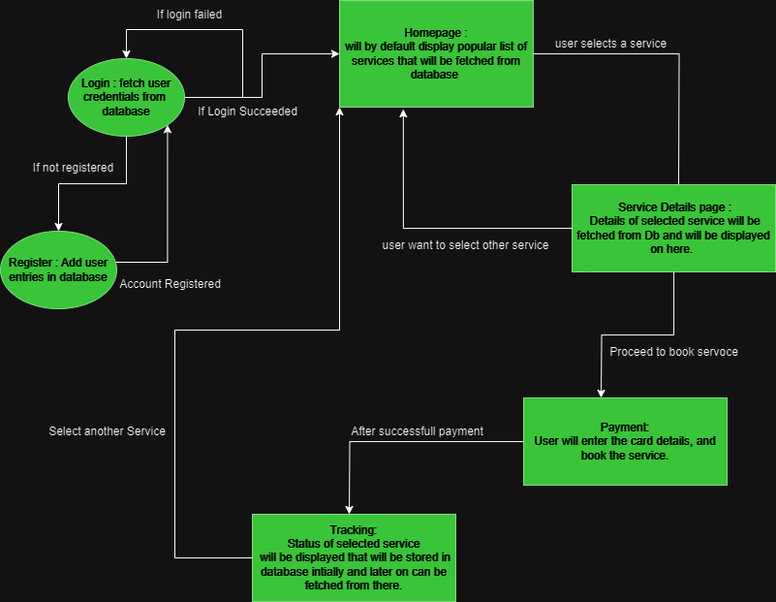
Before: Project car wash dfd.png, a diagram exported from draw.io (YogeshManni/Php-milestone). Source tidied: cells renumbered, new cells last; positions are measured from the earlier drawing's top-left corner, leaving out a move shared by most shapes.
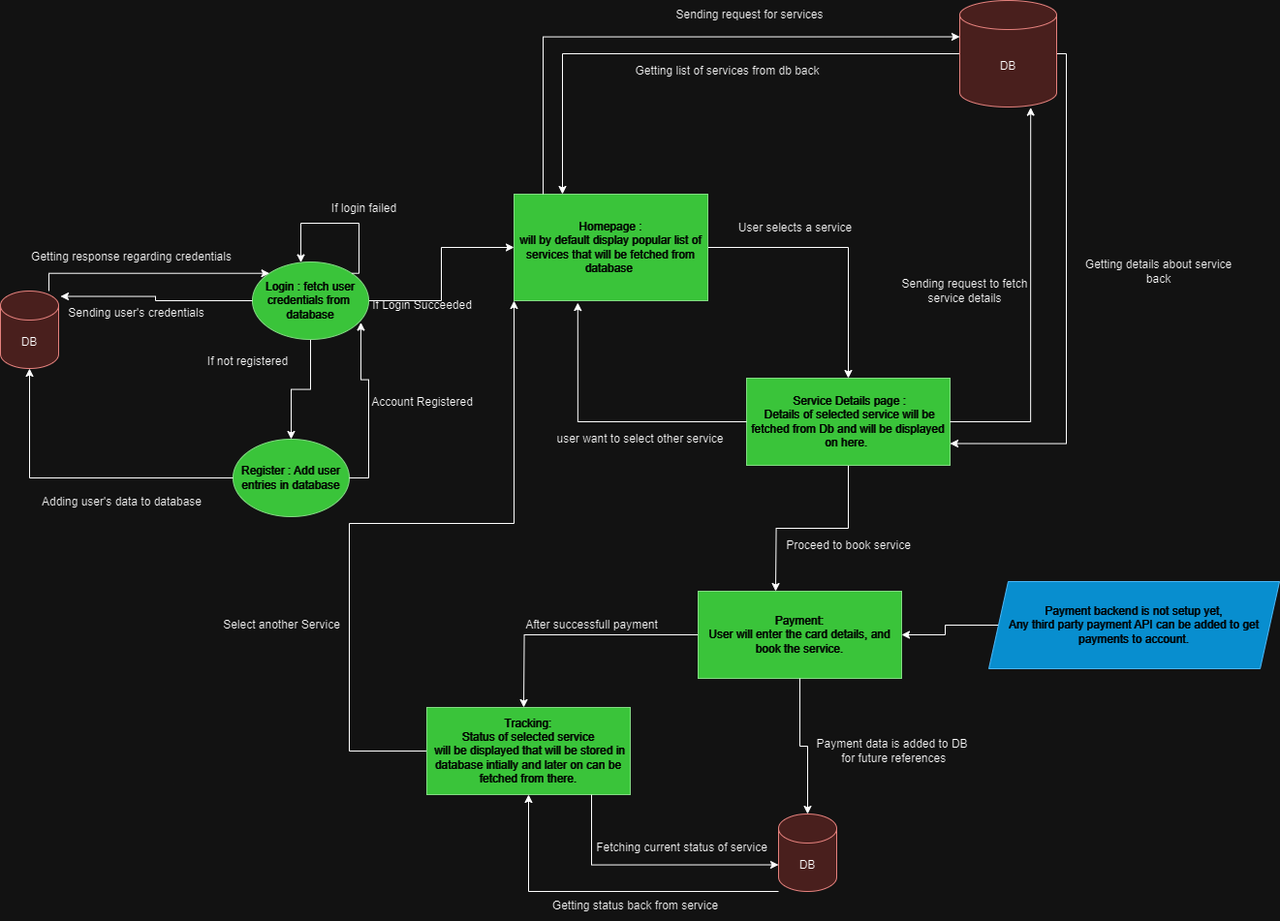
After the commit.

Commit message:
Updated Flowchart diagram for project

Diff of the diagram source:
```diff
@@ -9,36 +9,28 @@
       <mxGeometry relative="1" as="geometry" />
     </mxCell>
     <mxCell id="4" value="Login : fetch user credentials from&amp;nbsp;&lt;br&gt;database" style="ellipse;whiteSpace=wrap;html=1;fillColor=#008a00;strokeColor=#005700;fontColor=#ffffff;" parent="1" vertex="1">
-      <mxGeometry x="70" y="60" width="120" height="80" as="geometry" />
+      <mxGeometry x="80" y="70" width="120" height="80" as="geometry" />
     </mxCell>
-    <mxCell id="5" style="edgeStyle=orthogonalEdgeStyle;rounded=0;jettySize=auto;html=1;entryX=1;entryY=1;entryDx=0;entryDy=0;" parent="1" edge="1" source="6" target="4">
-      <mxGeometry relative="1" as="geometry">
-        <Array as="points">
-          <mxPoint x="172" y="270" />
-        </Array>
-      </mxGeometry>
-    </mxCell>
     <mxCell id="6" value="Register : Add user entries in database" style="ellipse;whiteSpace=wrap;html=1;fillColor=#008a00;strokeColor=#005700;fontColor=#ffffff;" parent="1" vertex="1">
-      <mxGeometry y="238" width="120" height="80" as="geometry" />
+      <mxGeometry x="60" y="253" width="120" height="80" as="geometry" />
     </mxCell>
     <mxCell id="7" value="If not registered" style="text;html=1;align=center;verticalAlign=middle;strokeColor=none;fillColor=none;" parent="1" vertex="1">
       <mxGeometry x="20" y="158" width="110" height="30" as="geometry" />
     </mxCell>
     <mxCell id="8" value="Account Registered" style="text;html=1;align=center;verticalAlign=middle;strokeColor=none;fillColor=none;" parent="1" vertex="1">
-      <mxGeometry x="110" y="278" width="130" height="30" as="geometry" />
+      <mxGeometry x="190" y="200" width="130" height="30" as="geometry" />
     </mxCell>
-    <mxCell id="9" style="edgeStyle=orthogonalEdgeStyle;rounded=0;jettySize=auto;html=1;" parent="1" edge="1" source="10">
-      <mxGeometry relative="1" as="geometry">
-        <mxPoint x="700" y="200" as="targetPoint" />
-      </mxGeometry>
-    </mxCell>
+    <mxCell id="26" style="edgeStyle=orthogonalEdgeStyle;rounded=0;jettySize=auto;html=1;" parent="1" edge="1" source="10" target="16">
+      <mxGeometry relative="1" as="geometry" />
+    </mxCell>
     <mxCell id="10" value="Homepage : &lt;br&gt;will by default display popular list of services that will be fetched from database&amp;nbsp;" style="whiteSpace=wrap;html=1;fillColor=#008a00;strokeColor=#005700;fontColor=#ffffff;" parent="1" vertex="1">
       <mxGeometry x="350" width="200" height="110" as="geometry" />
     </mxCell>
-    <mxCell id="11" style="edgeStyle=orthogonalEdgeStyle;rounded=0;jettySize=auto;html=1;" parent="1" edge="1" source="12" target="4">
+    <mxCell id="11" style="edgeStyle=orthogonalEdgeStyle;rounded=0;orthogonalLoop=1;jettySize=auto;html=1;exitX=1;exitY=0;exitDx=0;exitDy=0;" parent="1" edge="1" source="4" target="4">
       <mxGeometry relative="1" as="geometry">
         <Array as="points">
-          <mxPoint x="250" y="30" />
+          <mxPoint x="190" y="82" />
+          <mxPoint x="190" y="30" />
           <mxPoint x="130" y="30" />
         </Array>
       </mxGeometry>
@@ -49,9 +41,6 @@
     <mxCell id="13" value="If login failed" style="text;html=1;align=center;verticalAlign=middle;strokeColor=none;fillColor=none;" parent="1" vertex="1">
       <mxGeometry x="150" width="90" height="30" as="geometry" />
     </mxCell>
-    <mxCell id="14" value="user selects a service" style="text;html=1;align=center;verticalAlign=middle;strokeColor=none;fillColor=none;" parent="1" vertex="1">
-      <mxGeometry x="560" y="30" width="140" height="30" as="geometry" />
-    </mxCell>
     <mxCell id="15" style="edgeStyle=orthogonalEdgeStyle;rounded=0;jettySize=auto;html=1;" parent="1" edge="1" source="16">
       <mxGeometry relative="1" as="geometry">
         <mxPoint x="620" y="410" as="targetPoint" />
@@ -66,8 +55,8 @@
     <mxCell id="18" value="user want to select other service" style="text;html=1;align=center;verticalAlign=middle;strokeColor=none;fillColor=none;" parent="1" vertex="1">
       <mxGeometry x="380" y="238" width="200" height="30" as="geometry" />
     </mxCell>
-    <mxCell id="19" value="Proceed to book servoce" style="text;html=1;align=center;verticalAlign=middle;strokeColor=none;fillColor=none;" parent="1" vertex="1">
-      <mxGeometry x="615" y="348" width="160" height="30" as="geometry" />
+    <mxCell id="19" value="Proceed to book service" style="text;html=1;align=center;verticalAlign=middle;strokeColor=none;fillColor=none;" parent="1" vertex="1">
+      <mxGeometry x="620" y="348" width="150" height="30" as="geometry" />
     </mxCell>
     <mxCell id="20" style="edgeStyle=orthogonalEdgeStyle;rounded=0;jettySize=auto;html=1;" parent="1" edge="1" source="21">
       <mxGeometry relative="1" as="geometry">
@@ -95,5 +84,107 @@
     <mxCell id="25" value="Select another Service" style="text;html=1;align=center;verticalAlign=middle;strokeColor=none;fillColor=none;" parent="1" vertex="1">
       <mxGeometry x="40" y="430" width="140" height="30" as="geometry" />
     </mxCell>
+    <mxCell id="27" style="edgeStyle=orthogonalEdgeStyle;rounded=0;jettySize=auto;html=1;entryX=0;entryY=0;entryDx=0;entryDy=0;" parent="1" edge="1" source="28" target="4">
+      <mxGeometry relative="1" as="geometry">
+        <Array as="points">
+          <mxPoint x="-130" y="82" />
+        </Array>
+      </mxGeometry>
+    </mxCell>
+    <mxCell id="28" value="DB" style="shape=cylinder3;whiteSpace=wrap;html=1;boundedLbl=1;backgroundOutline=1;size=15;fillColor=#f8cecc;strokeColor=#b85450;" parent="1" vertex="1">
+      <mxGeometry x="-180" y="100" width="60" height="80" as="geometry" />
+    </mxCell>
+    <mxCell id="29" style="edgeStyle=orthogonalEdgeStyle;rounded=0;jettySize=auto;html=1;entryX=0.015;entryY=1.083;entryDx=0;entryDy=0;entryPerimeter=0;" parent="1" edge="1" source="6" target="12">
+      <mxGeometry relative="1" as="geometry" />
+    </mxCell>
+    <mxCell id="30" style="edgeStyle=orthogonalEdgeStyle;rounded=0;jettySize=auto;html=1;entryX=1.033;entryY=0.069;entryDx=0;entryDy=0;entryPerimeter=0;" parent="1" edge="1" source="4" target="28">
+      <mxGeometry relative="1" as="geometry" />
+    </mxCell>
+    <mxCell id="31" value="Sending user's credentials" style="text;html=1;align=center;verticalAlign=middle;strokeColor=none;fillColor=none;" parent="1" vertex="1">
+      <mxGeometry x="-120" y="108" width="160" height="30" as="geometry" />
+    </mxCell>
+    <mxCell id="32" value="Getting response regarding credentials" style="text;html=1;align=center;verticalAlign=middle;strokeColor=none;fillColor=none;" parent="1" vertex="1">
+      <mxGeometry x="-160" y="50" width="230" height="30" as="geometry" />
+    </mxCell>
+    <mxCell id="33" style="edgeStyle=orthogonalEdgeStyle;rounded=0;jettySize=auto;html=1;entryX=0.5;entryY=1;entryDx=0;entryDy=0;entryPerimeter=0;" parent="1" edge="1" source="6" target="28">
+      <mxGeometry relative="1" as="geometry" />
+    </mxCell>
+    <mxCell id="34" value="Adding user's data to database" style="text;html=1;align=center;verticalAlign=middle;strokeColor=none;fillColor=none;" parent="1" vertex="1">
+      <mxGeometry x="-150" y="303" width="190" height="30" as="geometry" />
+    </mxCell>
+    <mxCell id="35" style="edgeStyle=orthogonalEdgeStyle;rounded=0;jettySize=auto;html=1;entryX=0.25;entryY=0;entryDx=0;entryDy=0;" parent="1" edge="1" source="37" target="10">
+      <mxGeometry relative="1" as="geometry" />
+    </mxCell>
+    <mxCell id="36" style="edgeStyle=orthogonalEdgeStyle;rounded=0;jettySize=auto;html=1;entryX=1;entryY=0.75;entryDx=0;entryDy=0;" parent="1" edge="1" source="37" target="16">
+      <mxGeometry relative="1" as="geometry">
+        <Array as="points">
+          <mxPoint x="920" y="-145" />
+          <mxPoint x="920" y="258" />
+        </Array>
+      </mxGeometry>
+    </mxCell>
+    <mxCell id="37" value="DB" style="shape=cylinder3;whiteSpace=wrap;html=1;boundedLbl=1;backgroundOutline=1;size=15;fillColor=#f8cecc;strokeColor=#b85450;" parent="1" vertex="1">
+      <mxGeometry x="810" y="-200" width="100" height="110" as="geometry" />
+    </mxCell>
+    <mxCell id="38" value="Sending request for services" style="text;html=1;align=center;verticalAlign=middle;strokeColor=none;fillColor=none;" parent="1" vertex="1">
+      <mxGeometry x="503" y="-200" width="180" height="30" as="geometry" />
+    </mxCell>
+    <mxCell id="39" style="edgeStyle=orthogonalEdgeStyle;rounded=0;jettySize=auto;html=1;entryX=0;entryY=0;entryDx=0;entryDy=37.5;entryPerimeter=0;" parent="1" edge="1" source="10" target="37">
+      <mxGeometry relative="1" as="geometry">
+        <Array as="points">
+          <mxPoint x="380" y="-162" />
+        </Array>
+      </mxGeometry>
+    </mxCell>
+    <mxCell id="40" value="Getting list of services from db back" style="text;html=1;align=center;verticalAlign=middle;strokeColor=none;fillColor=none;" parent="1" vertex="1">
+      <mxGeometry x="465" y="-142" width="210" height="30" as="geometry" />
+    </mxCell>
+    <mxCell id="41" style="edgeStyle=orthogonalEdgeStyle;rounded=0;jettySize=auto;html=1;entryX=0.732;entryY=1.005;entryDx=0;entryDy=0;entryPerimeter=0;" parent="1" edge="1" source="16" target="37">
+      <mxGeometry relative="1" as="geometry" />
+    </mxCell>
+    <mxCell id="42" value="Sending request to fetch &lt;br&gt;service details" style="text;html=1;align=center;verticalAlign=middle;strokeColor=none;fillColor=none;" parent="1" vertex="1">
+      <mxGeometry x="740" y="80" width="150" height="40" as="geometry" />
+    </mxCell>
+    <mxCell id="43" value="Getting details about service&lt;br&gt;back" style="text;html=1;align=center;verticalAlign=middle;strokeColor=none;fillColor=none;" parent="1" vertex="1">
+      <mxGeometry x="930" y="60" width="170" height="40" as="geometry" />
+    </mxCell>
+    <mxCell id="44" style="edgeStyle=orthogonalEdgeStyle;rounded=0;jettySize=auto;html=1;" parent="1" edge="1" source="45" target="21">
+      <mxGeometry relative="1" as="geometry" />
+    </mxCell>
+    <mxCell id="45" value="Payment backend is not setup yet,&lt;br&gt;Any third party payment API can be added to get payments to account." style="shape=parallelogram;perimeter=parallelogramPerimeter;whiteSpace=wrap;html=1;fixedSize=1;fillColor=#1ba1e2;fontColor=#ffffff;strokeColor=#006EAF;" parent="1" vertex="1">
+      <mxGeometry x="840" y="400" width="300" height="90" as="geometry" />
+    </mxCell>
+    <mxCell id="46" style="edgeStyle=orthogonalEdgeStyle;rounded=0;jettySize=auto;html=1;" parent="1" edge="1" source="47" target="23">
+      <mxGeometry relative="1" as="geometry">
+        <Array as="points">
+          <mxPoint x="365" y="720" />
+        </Array>
+      </mxGeometry>
+    </mxCell>
+    <mxCell id="47" value="DB" style="shape=cylinder3;whiteSpace=wrap;html=1;boundedLbl=1;backgroundOutline=1;size=15;fillColor=#f8cecc;strokeColor=#b85450;" parent="1" vertex="1">
+      <mxGeometry x="623" y="640" width="60" height="80" as="geometry" />
+    </mxCell>
+    <mxCell id="48" style="edgeStyle=orthogonalEdgeStyle;rounded=0;jettySize=auto;html=1;entryX=0.5;entryY=0;entryDx=0;entryDy=0;entryPerimeter=0;" parent="1" edge="1" source="21" target="47">
+      <mxGeometry relative="1" as="geometry" />
+    </mxCell>
+    <mxCell id="49" value="Payment data is added to DB&lt;br&gt;&amp;nbsp;for future references" style="text;html=1;align=center;verticalAlign=middle;strokeColor=none;fillColor=none;" parent="1" vertex="1">
+      <mxGeometry x="650" y="555" width="180" height="40" as="geometry" />
+    </mxCell>
+    <mxCell id="50" style="edgeStyle=orthogonalEdgeStyle;rounded=0;jettySize=auto;html=1;entryX=0;entryY=0;entryDx=0;entryDy=52.5;entryPerimeter=0;" parent="1" edge="1" source="23" target="47">
+      <mxGeometry relative="1" as="geometry">
+        <Array as="points">
+          <mxPoint x="430" y="693" />
+        </Array>
+      </mxGeometry>
+    </mxCell>
+    <mxCell id="51" value="Fetching current status of service" style="text;html=1;align=center;verticalAlign=middle;strokeColor=none;fillColor=none;" parent="1" vertex="1">
+      <mxGeometry x="423" y="660" width="200" height="30" as="geometry" />
+    </mxCell>
+    <mxCell id="52" value="Getting status back from service" style="text;html=1;align=center;verticalAlign=middle;strokeColor=none;fillColor=none;" parent="1" vertex="1">
+      <mxGeometry x="380" y="720" width="190" height="30" as="geometry" />
+    </mxCell>
+    <mxCell id="53" value="User selects a service" style="text;html=1;align=center;verticalAlign=middle;strokeColor=none;fillColor=none;" parent="1" vertex="1">
+      <mxGeometry x="570" y="20" width="140" height="30" as="geometry" />
+    </mxCell>
   </root>
 </mxGraphModel>
```
